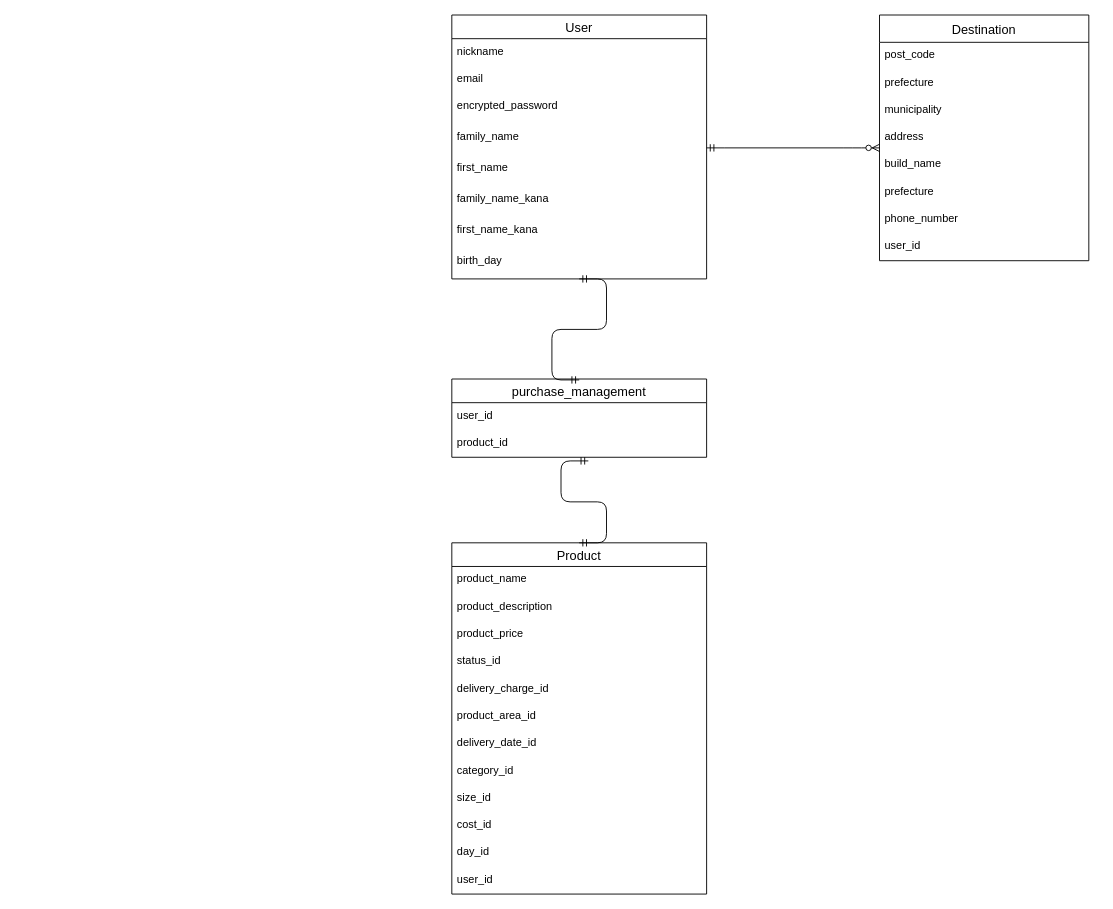
sho20210126/furima-32851 keeps this draw.io diagram as ER.dio. Above is the earlier version. Source tidied: cells renumbered, new cells numbered last; positions are measured from the earlier drawing's top-left corner, leaving out a move shared by most shapes. Both pictures are drawn from the tidied source at 91%, with x=0, y=0 at pixel (451, 15).
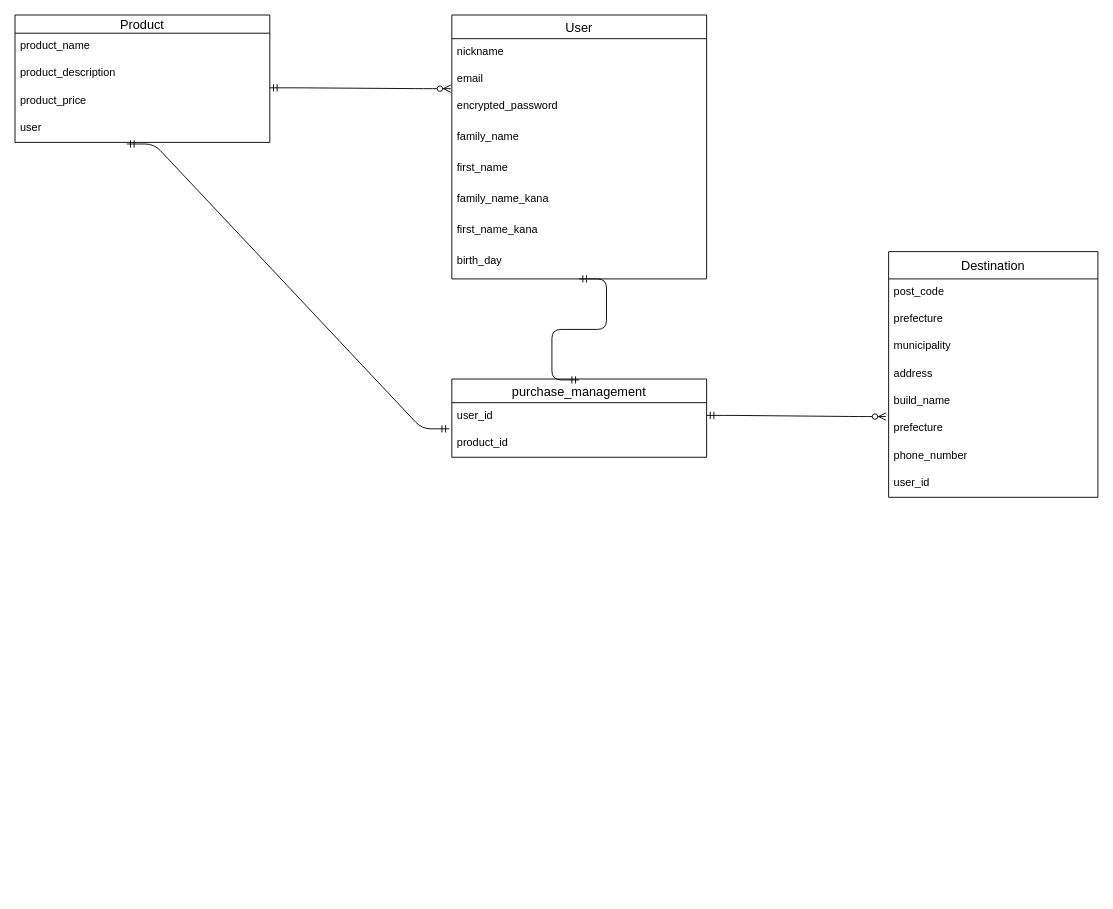
The same diagram, later.

Unchanged cells that the change refers to:
```xml
<mxCell id="4" value="email" style="text;strokeColor=none;fillColor=none;spacingLeft=4;spacingRight=4;overflow=hidden;points=[[0,0.5],[1,0.5]];portConstraint=eastwest;fontSize=12;" parent="2" vertex="1">
  <mxGeometry y="56" width="280" height="30" as="geometry" />
</mxCell>
<mxCell id="17" value="prefecture" style="text;strokeColor=none;fillColor=none;spacingLeft=4;spacingRight=4;overflow=hidden;points=[[0,0.5],[1,0.5]];portConstraint=eastwest;fontSize=12;" parent="11" vertex="1">
  <mxGeometry y="180" width="230" height="30" as="geometry" />
</mxCell>
<mxCell id="34" value="purchase_management" style="swimlane;fontStyle=0;horizontal=1;startSize=26;align=center;fontSize=14;" parent="1" vertex="1">
  <mxGeometry y="400" width="280" height="86" as="geometry" />
</mxCell>
<mxCell id="36" value="product_id" style="text;strokeColor=none;fillColor=none;spacingLeft=4;spacingRight=4;overflow=hidden;points=[[0,0.5],[1,0.5]];portConstraint=eastwest;fontSize=12;" parent="34" vertex="1">
  <mxGeometry y="56" width="280" height="30" as="geometry" />
</mxCell>
```

What changed in the source:
```diff
@@
     <mxCell id="11" value="Destination" style="swimlane;fontStyle=0;horizontal=1;startSize=30;align=center;fontSize=14;" parent="1" vertex="1">
-      <mxGeometry x="470" width="230" height="270" as="geometry" />
+      <mxGeometry x="480" y="260" width="230" height="270" as="geometry" />
     </mxCell>
@@
-    <mxCell id="20" value="Product" style="swimlane;fontStyle=0;horizontal=1;startSize=26;align=center;fontSize=14;" parent="1" vertex="1">
-      <mxGeometry y="580" width="280" height="386" as="geometry" />
+    <mxCell id="20" value="Product" style="swimlane;fontStyle=0;horizontal=1;startSize=20;align=center;fontSize=14;" parent="1" vertex="1">
+      <mxGeometry x="-480" width="280" height="140" as="geometry" />
     </mxCell>
     <mxCell id="21" value="product_name" style="text;strokeColor=none;fillColor=none;spacingLeft=4;spacingRight=4;overflow=hidden;fontSize=12;" parent="20" vertex="1">
-      <mxGeometry y="26" width="280" height="30" as="geometry" />
+      <mxGeometry y="20" width="280" height="30" as="geometry" />
     </mxCell>
     <mxCell id="22" value="product_description" style="text;strokeColor=none;fillColor=none;spacingLeft=4;spacingRight=4;overflow=hidden;fontSize=12;" parent="20" vertex="1">
-      <mxGeometry y="56" width="280" height="30" as="geometry" />
+      <mxGeometry y="50" width="280" height="30" as="geometry" />
     </mxCell>
     <mxCell id="23" value="product_price" style="text;strokeColor=none;fillColor=none;spacingLeft=4;spacingRight=4;overflow=hidden;fontSize=12;" parent="20" vertex="1">
-      <mxGeometry y="86" width="280" height="30" as="geometry" />
+      <mxGeometry y="80" width="280" height="30" as="geometry" />
     </mxCell>
-    <mxCell id="24" value="status_id" style="text;strokeColor=none;fillColor=none;spacingLeft=4;spacingRight=4;overflow=hidden;fontSize=12;" parent="20" vertex="1">
-      <mxGeometry y="116" width="280" height="30" as="geometry" />
-    </mxCell>
-    <mxCell id="25" value="delivery_charge_id" style="text;strokeColor=none;fillColor=none;spacingLeft=4;spacingRight=4;overflow=hidden;fontSize=12;" parent="20" vertex="1">
-      <mxGeometry y="146" width="280" height="30" as="geometry" />
-    </mxCell>
-    <mxCell id="26" value="product_area_id" style="text;strokeColor=none;fillColor=none;spacingLeft=4;spacingRight=4;overflow=hidden;fontSize=12;" parent="20" vertex="1">
-      <mxGeometry y="176" width="280" height="30" as="geometry" />
-    </mxCell>
-    <mxCell id="27" value="delivery_date_id" style="text;strokeColor=none;fillColor=none;spacingLeft=4;spacingRight=4;overflow=hidden;fontSize=12;" parent="20" vertex="1">
-      <mxGeometry y="206" width="280" height="30" as="geometry" />
-    </mxCell>
-    <mxCell id="28" value="category_id" style="text;strokeColor=none;fillColor=none;spacingLeft=4;spacingRight=4;overflow=hidden;fontSize=12;" parent="20" vertex="1">
-      <mxGeometry y="236" width="280" height="30" as="geometry" />
-    </mxCell>
-    <mxCell id="29" value="size_id" style="text;strokeColor=none;fillColor=none;spacingLeft=4;spacingRight=4;overflow=hidden;fontSize=12;" parent="20" vertex="1">
-      <mxGeometry y="266" width="280" height="30" as="geometry" />
-    </mxCell>
-    <mxCell id="30" value="cost_id" style="text;strokeColor=none;fillColor=none;spacingLeft=4;spacingRight=4;overflow=hidden;fontSize=12;" parent="20" vertex="1">
-      <mxGeometry y="296" width="280" height="30" as="geometry" />
-    </mxCell>
-    <mxCell id="31" value="day_id" style="text;strokeColor=none;fillColor=none;spacingLeft=4;spacingRight=4;overflow=hidden;fontSize=12;" parent="20" vertex="1">
-      <mxGeometry y="326" width="280" height="30" as="geometry" />
-    </mxCell>
-    <mxCell id="32" value="user_id" style="text;strokeColor=none;fillColor=none;spacingLeft=4;spacingRight=4;overflow=hidden;points=[[0,0.5],[1,0.5]];portConstraint=eastwest;fontSize=12;" parent="20" vertex="1">
-      <mxGeometry y="356" width="280" height="30" as="geometry" />
+    <mxCell id="32" value="user" style="text;strokeColor=none;fillColor=none;spacingLeft=4;spacingRight=4;overflow=hidden;points=[[0,0.5],[1,0.5]];portConstraint=eastwest;fontSize=12;" parent="20" vertex="1">
+      <mxGeometry y="110" width="280" height="30" as="geometry" />
     </mxCell>
-    <mxCell id="33" style="edgeStyle=entityRelationEdgeStyle;fontSize=12;html=1;endArrow=ERzeroToMany;startArrow=ERmandOne;" parent="1" edge="1">
+    <mxCell id="33" style="edgeStyle=entityRelationEdgeStyle;fontSize=12;html=1;endArrow=ERzeroToMany;startArrow=ERmandOne;entryX=-0.013;entryY=0.042;entryDx=0;entryDy=0;entryPerimeter=0;" parent="1" edge="1" target="17">
       <mxGeometry relative="1" as="geometry">
-        <mxPoint x="280" y="146" as="sourcePoint" />
-        <mxPoint x="470" y="146" as="targetPoint" />
+        <mxPoint x="280" y="440" as="sourcePoint" />
       </mxGeometry>
     </mxCell>
@@
-    <mxCell id="37" style="edgeStyle=entityRelationEdgeStyle;fontSize=12;html=1;endArrow=ERmandOne;startArrow=ERmandOne;exitX=0.5;exitY=0;exitDx=0;exitDy=0;" parent="34" edge="1" source="20">
-      <mxGeometry relative="1" as="geometry">
-        <mxPoint x="150" y="90" as="targetPoint" />
-      </mxGeometry>
-    </mxCell>
@@
+    <mxCell id="39" style="edgeStyle=entityRelationEdgeStyle;fontSize=12;html=1;endArrow=ERmandOne;startArrow=ERmandOne;exitX=0.439;exitY=1.058;exitDx=0;exitDy=0;exitPerimeter=0;entryX=-0.01;entryY=-0.042;entryDx=0;entryDy=0;entryPerimeter=0;" parent="1" edge="1" source="32" target="36">
+      <mxGeometry relative="1" as="geometry" />
+    </mxCell>
+    <mxCell id="40" style="edgeStyle=entityRelationEdgeStyle;fontSize=12;html=1;endArrow=ERzeroToMany;startArrow=ERmandOne;entryX=-0.004;entryY=0.831;entryDx=0;entryDy=0;entryPerimeter=0;" parent="1" edge="1" target="4">
+      <mxGeometry relative="1" as="geometry">
+        <mxPoint x="-200" y="80" as="sourcePoint" />
+      </mxGeometry>
+    </mxCell>
```
